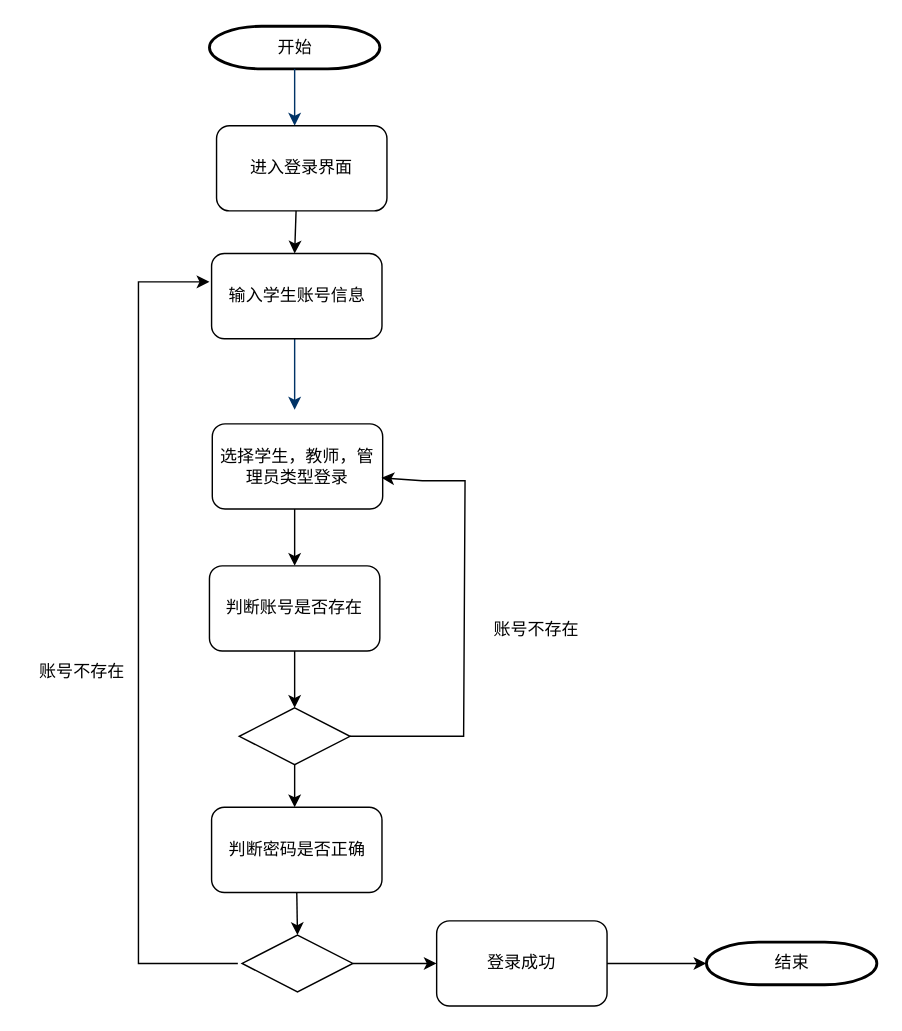
Above: 学生账户登录.drawio in GrandeLai/StudentManagerUML (draw.io), before the change. Source tidied: cells renumbered, new cells numbered last; positions are measured from the earlier drawing's top-left corner, leaving out a move shared by most shapes. Both pictures are drawn from the tidied source at 142%, with x=0, y=0 at pixel (24, 26).
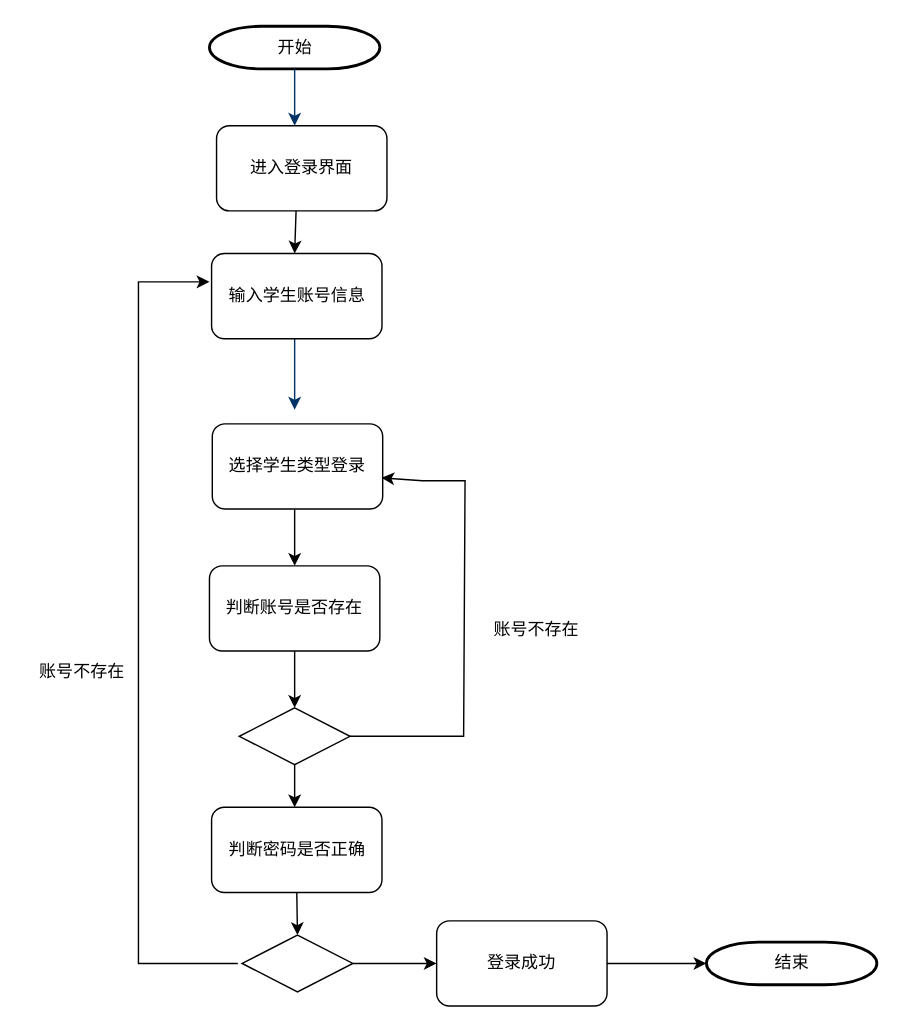
After the change.

Commit message:
更新学生账户登录.drawio

What changed in the source:
```diff
@@
-    <mxCell id="8" value="选择学生，教师，管理员类型登录" style="rounded=1;whiteSpace=wrap;html=1;" parent="1" vertex="1">
+    <mxCell id="8" value="选择学生类型登录" style="rounded=1;whiteSpace=wrap;html=1;" parent="1" vertex="1">
       <mxGeometry x="132" y="280" width="120" height="60" as="geometry" />
     </mxCell>
```
